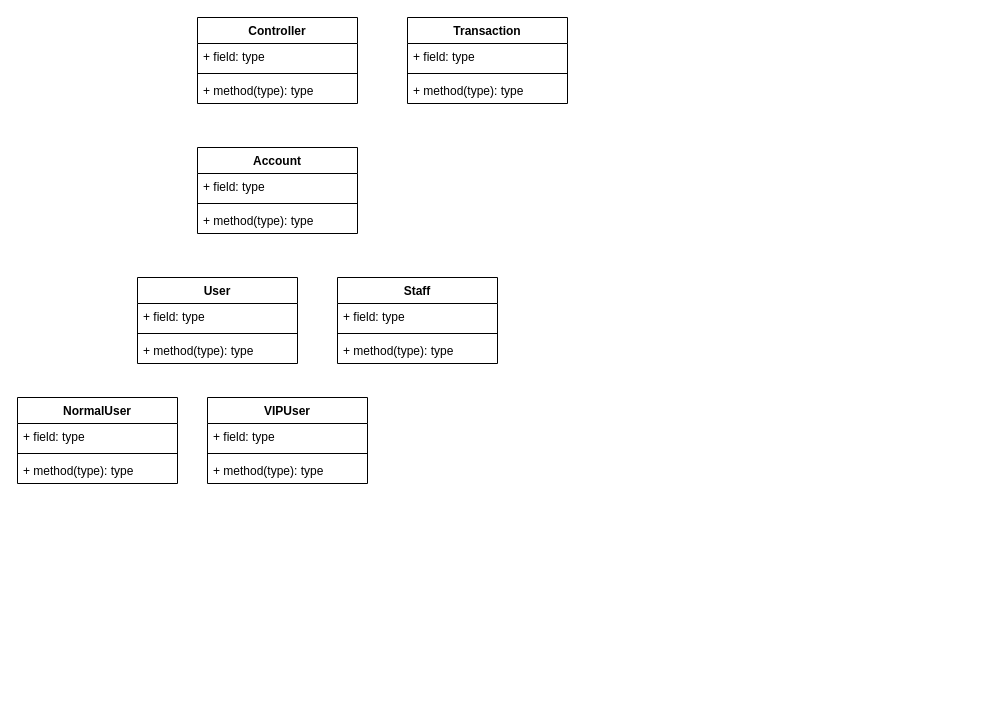
Above: Biểu đồ không có tiêu đề.drawio in mituc24/banking_system (draw.io), before the change. Source tidied: cells renumbered, new cells numbered last; positions are measured from the earlier drawing's top-left corner, leaving out a move shared by most shapes. Both pictures are drawn from the tidied source at 100%, with x=0, y=0 at pixel (17, 17).
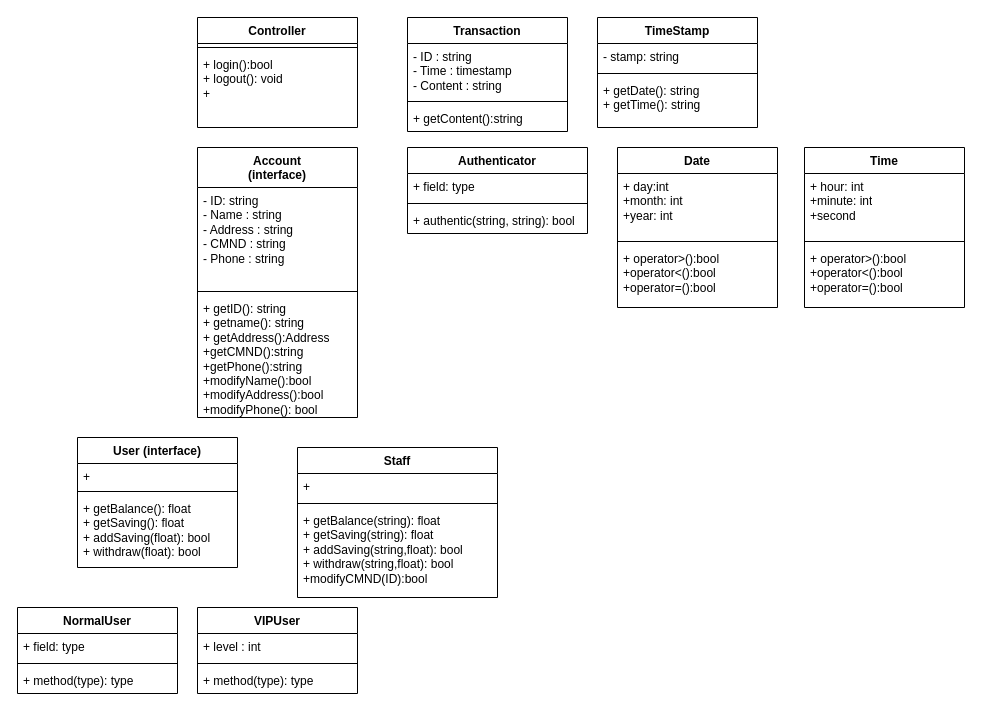
The same page after the edit.

Diff of the diagram source:
```diff
@@
     <mxCell id="2" value="Controller" style="swimlane;fontStyle=1;align=center;verticalAlign=top;horizontal=1;startSize=26;whiteSpace=wrap;html=1;" parent="1" vertex="1">
-      <mxGeometry x="180" width="160" height="86" as="geometry" />
+      <mxGeometry x="180" width="160" height="110" as="geometry" />
     </mxCell>
-    <mxCell id="3" value="+ field: type" style="text;strokeColor=none;fillColor=none;align=left;verticalAlign=top;spacingLeft=4;spacingRight=4;overflow=hidden;whiteSpace=wrap;html=1;" parent="2" vertex="1">
-      <mxGeometry y="26" width="160" height="26" as="geometry" />
-    </mxCell>
     <mxCell id="4" style="line;strokeWidth=1;fillColor=none;align=left;verticalAlign=middle;spacingTop=-1;spacingLeft=3;spacingRight=3;labelPosition=right;strokeColor=inherit;" parent="2" vertex="1">
-      <mxGeometry y="52" width="160" height="8" as="geometry" />
+      <mxGeometry y="26" width="160" height="8" as="geometry" />
     </mxCell>
-    <mxCell id="5" value="+ method(type): type" style="text;strokeColor=none;fillColor=none;align=left;verticalAlign=top;spacingLeft=4;spacingRight=4;overflow=hidden;whiteSpace=wrap;html=1;" parent="2" vertex="1">
-      <mxGeometry y="60" width="160" height="26" as="geometry" />
+    <mxCell id="5" value="+ login():bool&lt;div&gt;+ logout(): void&lt;/div&gt;&lt;div&gt;+&amp;nbsp;&lt;/div&gt;" style="text;strokeColor=none;fillColor=none;align=left;verticalAlign=top;spacingLeft=4;spacingRight=4;overflow=hidden;whiteSpace=wrap;html=1;" parent="2" vertex="1">
+      <mxGeometry y="34" width="160" height="76" as="geometry" />
     </mxCell>
     <mxCell id="6" value="Transaction" style="swimlane;fontStyle=1;align=center;verticalAlign=top;horizontal=1;startSize=26;whiteSpace=wrap;html=1;" parent="1" vertex="1">
-      <mxGeometry x="390" width="160" height="86" as="geometry" />
+      <mxGeometry x="390" width="160" height="114" as="geometry" />
     </mxCell>
-    <mxCell id="7" value="+ field: type" style="text;strokeColor=none;fillColor=none;align=left;verticalAlign=top;spacingLeft=4;spacingRight=4;overflow=hidden;whiteSpace=wrap;html=1;" parent="6" vertex="1">
-      <mxGeometry y="26" width="160" height="26" as="geometry" />
+    <mxCell id="7" value="- ID : string&lt;div&gt;- Time : timestamp&lt;/div&gt;&lt;div&gt;- Content : string&lt;/div&gt;" style="text;strokeColor=none;fillColor=none;align=left;verticalAlign=top;spacingLeft=4;spacingRight=4;overflow=hidden;whiteSpace=wrap;html=1;" parent="6" vertex="1">
+      <mxGeometry y="26" width="160" height="54" as="geometry" />
     </mxCell>
     <mxCell id="8" style="line;strokeWidth=1;fillColor=none;align=left;verticalAlign=middle;spacingTop=-1;spacingLeft=3;spacingRight=3;labelPosition=right;strokeColor=inherit;" parent="6" vertex="1">
-      <mxGeometry y="52" width="160" height="8" as="geometry" />
+      <mxGeometry y="80" width="160" height="8" as="geometry" />
     </mxCell>
-    <mxCell id="9" value="+ method(type): type" style="text;strokeColor=none;fillColor=none;align=left;verticalAlign=top;spacingLeft=4;spacingRight=4;overflow=hidden;whiteSpace=wrap;html=1;" parent="6" vertex="1">
-      <mxGeometry y="60" width="160" height="26" as="geometry" />
+    <mxCell id="9" value="+ getContent():string" style="text;strokeColor=none;fillColor=none;align=left;verticalAlign=top;spacingLeft=4;spacingRight=4;overflow=hidden;whiteSpace=wrap;html=1;" parent="6" vertex="1">
+      <mxGeometry y="88" width="160" height="26" as="geometry" />
     </mxCell>
-    <mxCell id="10" value="Account" style="swimlane;fontStyle=1;align=center;verticalAlign=top;horizontal=1;startSize=26;whiteSpace=wrap;html=1;" parent="1" vertex="1">
-      <mxGeometry x="180" y="130" width="160" height="86" as="geometry" />
+    <mxCell id="10" value="Account&lt;div&gt;(interface)&lt;/div&gt;" style="swimlane;fontStyle=1;align=center;verticalAlign=top;horizontal=1;startSize=40;whiteSpace=wrap;html=1;" parent="1" vertex="1">
+      <mxGeometry x="180" y="130" width="160" height="270" as="geometry" />
     </mxCell>
-    <mxCell id="11" value="+ field: type" style="text;strokeColor=none;fillColor=none;align=left;verticalAlign=top;spacingLeft=4;spacingRight=4;overflow=hidden;whiteSpace=wrap;html=1;" parent="10" vertex="1">
-      <mxGeometry y="26" width="160" height="26" as="geometry" />
+    <mxCell id="11" value="- ID: string&lt;div&gt;- Name : string&lt;div&gt;- Address : string&lt;/div&gt;&lt;div&gt;- CMND : string&lt;/div&gt;&lt;div&gt;- Phone : string&lt;/div&gt;&lt;/div&gt;" style="text;strokeColor=none;fillColor=none;align=left;verticalAlign=top;spacingLeft=4;spacingRight=4;overflow=hidden;whiteSpace=wrap;html=1;" parent="10" vertex="1">
+      <mxGeometry y="40" width="160" height="100" as="geometry" />
     </mxCell>
     <mxCell id="12" style="line;strokeWidth=1;fillColor=none;align=left;verticalAlign=middle;spacingTop=-1;spacingLeft=3;spacingRight=3;labelPosition=right;strokeColor=inherit;" parent="10" vertex="1">
-      <mxGeometry y="52" width="160" height="8" as="geometry" />
+      <mxGeometry y="140" width="160" height="8" as="geometry" />
     </mxCell>
-    <mxCell id="13" value="+ method(type): type" style="text;strokeColor=none;fillColor=none;align=left;verticalAlign=top;spacingLeft=4;spacingRight=4;overflow=hidden;whiteSpace=wrap;html=1;" parent="10" vertex="1">
-      <mxGeometry y="60" width="160" height="26" as="geometry" />
+    <mxCell id="13" value="+ getID(): string&lt;div&gt;+ getname(): string&lt;/div&gt;&lt;div&gt;+ getAddress():Address&lt;/div&gt;&lt;div&gt;+getCMND():string&lt;/div&gt;&lt;div&gt;+getPhone():string&lt;/div&gt;&lt;div&gt;+modifyName():bool&lt;/div&gt;&lt;div&gt;+modifyAddress():bool&lt;/div&gt;&lt;div&gt;+modifyPhone(): bool&lt;/div&gt;" style="text;strokeColor=none;fillColor=none;align=left;verticalAlign=top;spacingLeft=4;spacingRight=4;overflow=hidden;whiteSpace=wrap;html=1;" parent="10" vertex="1">
+      <mxGeometry y="148" width="160" height="122" as="geometry" />
     </mxCell>
-    <mxCell id="14" value="User" style="swimlane;fontStyle=1;align=center;verticalAlign=top;horizontal=1;startSize=26;whiteSpace=wrap;html=1;" parent="1" vertex="1">
-      <mxGeometry x="120" y="260" width="160" height="86" as="geometry" />
+    <mxCell id="14" value="User (interface)" style="swimlane;fontStyle=1;align=center;verticalAlign=top;horizontal=1;startSize=26;whiteSpace=wrap;html=1;" parent="1" vertex="1">
+      <mxGeometry x="60" y="420" width="160" height="130" as="geometry" />
     </mxCell>
-    <mxCell id="15" value="+ field: type" style="text;strokeColor=none;fillColor=none;align=left;verticalAlign=top;spacingLeft=4;spacingRight=4;overflow=hidden;whiteSpace=wrap;html=1;" parent="14" vertex="1">
-      <mxGeometry y="26" width="160" height="26" as="geometry" />
+    <mxCell id="15" value="+" style="text;strokeColor=none;fillColor=none;align=left;verticalAlign=top;spacingLeft=4;spacingRight=4;overflow=hidden;whiteSpace=wrap;html=1;" parent="14" vertex="1">
+      <mxGeometry y="26" width="160" height="24" as="geometry" />
     </mxCell>
     <mxCell id="16" style="line;strokeWidth=1;fillColor=none;align=left;verticalAlign=middle;spacingTop=-1;spacingLeft=3;spacingRight=3;labelPosition=right;strokeColor=inherit;" parent="14" vertex="1">
-      <mxGeometry y="52" width="160" height="8" as="geometry" />
+      <mxGeometry y="50" width="160" height="8" as="geometry" />
     </mxCell>
-    <mxCell id="17" value="+ method(type): type" style="text;strokeColor=none;fillColor=none;align=left;verticalAlign=top;spacingLeft=4;spacingRight=4;overflow=hidden;whiteSpace=wrap;html=1;" parent="14" vertex="1">
-      <mxGeometry y="60" width="160" height="26" as="geometry" />
+    <mxCell id="17" value="+ getBalance(): float&lt;div&gt;+ getSaving(): float&lt;/div&gt;&lt;div&gt;+ addSaving(float): bool&lt;/div&gt;&lt;div&gt;+ withdraw(float): bool&lt;/div&gt;" style="text;strokeColor=none;fillColor=none;align=left;verticalAlign=top;spacingLeft=4;spacingRight=4;overflow=hidden;whiteSpace=wrap;html=1;" parent="14" vertex="1">
+      <mxGeometry y="58" width="160" height="72" as="geometry" />
     </mxCell>
     <mxCell id="18" value="Staff" style="swimlane;fontStyle=1;align=center;verticalAlign=top;horizontal=1;startSize=26;whiteSpace=wrap;html=1;" parent="1" vertex="1">
-      <mxGeometry x="320" y="260" width="160" height="86" as="geometry" />
+      <mxGeometry x="280" y="430" width="200" height="150" as="geometry" />
     </mxCell>
-    <mxCell id="19" value="+ field: type" style="text;strokeColor=none;fillColor=none;align=left;verticalAlign=top;spacingLeft=4;spacingRight=4;overflow=hidden;whiteSpace=wrap;html=1;" parent="18" vertex="1">
-      <mxGeometry y="26" width="160" height="26" as="geometry" />
+    <mxCell id="19" value="+" style="text;strokeColor=none;fillColor=none;align=left;verticalAlign=top;spacingLeft=4;spacingRight=4;overflow=hidden;whiteSpace=wrap;html=1;" parent="18" vertex="1">
+      <mxGeometry y="26" width="200" height="26" as="geometry" />
     </mxCell>
     <mxCell id="20" style="line;strokeWidth=1;fillColor=none;align=left;verticalAlign=middle;spacingTop=-1;spacingLeft=3;spacingRight=3;labelPosition=right;strokeColor=inherit;" parent="18" vertex="1">
-      <mxGeometry y="52" width="160" height="8" as="geometry" />
+      <mxGeometry y="52" width="200" height="8" as="geometry" />
     </mxCell>
-    <mxCell id="21" value="+ method(type): type" style="text;strokeColor=none;fillColor=none;align=left;verticalAlign=top;spacingLeft=4;spacingRight=4;overflow=hidden;whiteSpace=wrap;html=1;" parent="18" vertex="1">
-      <mxGeometry y="60" width="160" height="26" as="geometry" />
+    <mxCell id="21" value="+ getBalance(string): float&lt;div&gt;+ getSaving(string): float&lt;/div&gt;&lt;div&gt;+ addSaving(string,float): bool&lt;/div&gt;&lt;div&gt;+ withdraw(string,float): bool&lt;/div&gt;&lt;div&gt;+modifyCMND(ID):bool&lt;/div&gt;&lt;div&gt;&lt;br&gt;&lt;/div&gt;" style="text;strokeColor=none;fillColor=none;align=left;verticalAlign=top;spacingLeft=4;spacingRight=4;overflow=hidden;whiteSpace=wrap;html=1;" parent="18" vertex="1">
+      <mxGeometry y="60" width="200" height="90" as="geometry" />
     </mxCell>
     <mxCell id="22" value="NormalUser" style="swimlane;fontStyle=1;align=center;verticalAlign=top;horizontal=1;startSize=26;whiteSpace=wrap;html=1;" parent="1" vertex="1">
-      <mxGeometry y="380" width="160" height="86" as="geometry" />
+      <mxGeometry y="590" width="160" height="86" as="geometry" />
     </mxCell>
@@
     <mxCell id="26" value="VIPUser" style="swimlane;fontStyle=1;align=center;verticalAlign=top;horizontal=1;startSize=26;whiteSpace=wrap;html=1;" parent="1" vertex="1">
-      <mxGeometry x="190" y="380" width="160" height="86" as="geometry" />
+      <mxGeometry x="180" y="590" width="160" height="86" as="geometry" />
     </mxCell>
-    <mxCell id="27" value="+ field: type" style="text;strokeColor=none;fillColor=none;align=left;verticalAlign=top;spacingLeft=4;spacingRight=4;overflow=hidden;whiteSpace=wrap;html=1;" parent="26" vertex="1">
+    <mxCell id="27" value="+ level : int" style="text;strokeColor=none;fillColor=none;align=left;verticalAlign=top;spacingLeft=4;spacingRight=4;overflow=hidden;whiteSpace=wrap;html=1;" parent="26" vertex="1">
       <mxGeometry y="26" width="160" height="26" as="geometry" />
     </mxCell>
@@
+    <mxCell id="30" value="Authenticator" style="swimlane;fontStyle=1;align=center;verticalAlign=top;horizontal=1;startSize=26;whiteSpace=wrap;html=1;" parent="1" vertex="1">
+      <mxGeometry x="390" y="130" width="180" height="86" as="geometry" />
+    </mxCell>
+    <mxCell id="3" value="+ field: type" style="text;strokeColor=none;fillColor=none;align=left;verticalAlign=top;spacingLeft=4;spacingRight=4;overflow=hidden;whiteSpace=wrap;html=1;" parent="30" vertex="1">
+      <mxGeometry y="26" width="180" height="26" as="geometry" />
+    </mxCell>
+    <mxCell id="31" style="line;strokeWidth=1;fillColor=none;align=left;verticalAlign=middle;spacingTop=-1;spacingLeft=3;spacingRight=3;labelPosition=right;strokeColor=inherit;" parent="30" vertex="1">
+      <mxGeometry y="52" width="180" height="8" as="geometry" />
+    </mxCell>
+    <mxCell id="32" value="+ authentic(string, string): bool" style="text;strokeColor=none;fillColor=none;align=left;verticalAlign=top;spacingLeft=4;spacingRight=4;overflow=hidden;whiteSpace=wrap;html=1;" parent="30" vertex="1">
+      <mxGeometry y="60" width="180" height="26" as="geometry" />
+    </mxCell>
+    <mxCell id="33" value="TimeStamp" style="swimlane;fontStyle=1;align=center;verticalAlign=top;horizontal=1;startSize=26;whiteSpace=wrap;html=1;" parent="1" vertex="1">
+      <mxGeometry x="580" width="160" height="110" as="geometry" />
+    </mxCell>
+    <mxCell id="34" value="- stamp: string" style="text;strokeColor=none;fillColor=none;align=left;verticalAlign=top;spacingLeft=4;spacingRight=4;overflow=hidden;whiteSpace=wrap;html=1;" parent="33" vertex="1">
+      <mxGeometry y="26" width="160" height="26" as="geometry" />
+    </mxCell>
+    <mxCell id="35" style="line;strokeWidth=1;fillColor=none;align=left;verticalAlign=middle;spacingTop=-1;spacingLeft=3;spacingRight=3;labelPosition=right;strokeColor=inherit;" parent="33" vertex="1">
+      <mxGeometry y="52" width="160" height="8" as="geometry" />
+    </mxCell>
+    <mxCell id="36" value="+ getDate(): string&lt;div&gt;+ getTime(): string&lt;/div&gt;" style="text;strokeColor=none;fillColor=none;align=left;verticalAlign=top;spacingLeft=4;spacingRight=4;overflow=hidden;whiteSpace=wrap;html=1;" parent="33" vertex="1">
+      <mxGeometry y="60" width="160" height="50" as="geometry" />
+    </mxCell>
+    <mxCell id="37" value="Date" style="swimlane;fontStyle=1;align=center;verticalAlign=top;horizontal=1;startSize=26;whiteSpace=wrap;html=1;" parent="1" vertex="1">
+      <mxGeometry x="600" y="130" width="160" height="160" as="geometry" />
+    </mxCell>
+    <mxCell id="38" value="+ day:int&lt;div&gt;+month: int&lt;/div&gt;&lt;div&gt;+year: int&lt;/div&gt;" style="text;strokeColor=none;fillColor=none;align=left;verticalAlign=top;spacingLeft=4;spacingRight=4;overflow=hidden;whiteSpace=wrap;html=1;" parent="37" vertex="1">
+      <mxGeometry y="26" width="160" height="64" as="geometry" />
+    </mxCell>
+    <mxCell id="39" style="line;strokeWidth=1;fillColor=none;align=left;verticalAlign=middle;spacingTop=-1;spacingLeft=3;spacingRight=3;labelPosition=right;strokeColor=inherit;" parent="37" vertex="1">
+      <mxGeometry y="90" width="160" height="8" as="geometry" />
+    </mxCell>
+    <mxCell id="40" value="+ operator&amp;gt;():bool&lt;div&gt;+operator&amp;lt;():bool&lt;/div&gt;&lt;div&gt;+operator=():bool&lt;/div&gt;" style="text;strokeColor=none;fillColor=none;align=left;verticalAlign=top;spacingLeft=4;spacingRight=4;overflow=hidden;whiteSpace=wrap;html=1;" parent="37" vertex="1">
+      <mxGeometry y="98" width="160" height="62" as="geometry" />
+    </mxCell>
+    <mxCell id="41" value="Time" style="swimlane;fontStyle=1;align=center;verticalAlign=top;horizontal=1;startSize=26;whiteSpace=wrap;html=1;" parent="1" vertex="1">
+      <mxGeometry x="787" y="130" width="160" height="160" as="geometry" />
+    </mxCell>
+    <mxCell id="42" value="+ hour: int&lt;div&gt;+minute: int&lt;/div&gt;&lt;div&gt;+second&lt;/div&gt;" style="text;strokeColor=none;fillColor=none;align=left;verticalAlign=top;spacingLeft=4;spacingRight=4;overflow=hidden;whiteSpace=wrap;html=1;" parent="41" vertex="1">
+      <mxGeometry y="26" width="160" height="64" as="geometry" />
+    </mxCell>
+    <mxCell id="43" style="line;strokeWidth=1;fillColor=none;align=left;verticalAlign=middle;spacingTop=-1;spacingLeft=3;spacingRight=3;labelPosition=right;strokeColor=inherit;" parent="41" vertex="1">
+      <mxGeometry y="90" width="160" height="8" as="geometry" />
+    </mxCell>
+    <mxCell id="44" value="+ operator&amp;gt;():bool&lt;div&gt;+operator&amp;lt;():bool&lt;/div&gt;&lt;div&gt;+operator=():bool&lt;/div&gt;" style="text;strokeColor=none;fillColor=none;align=left;verticalAlign=top;spacingLeft=4;spacingRight=4;overflow=hidden;whiteSpace=wrap;html=1;" parent="41" vertex="1">
+      <mxGeometry y="98" width="160" height="62" as="geometry" />
+    </mxCell>
```
